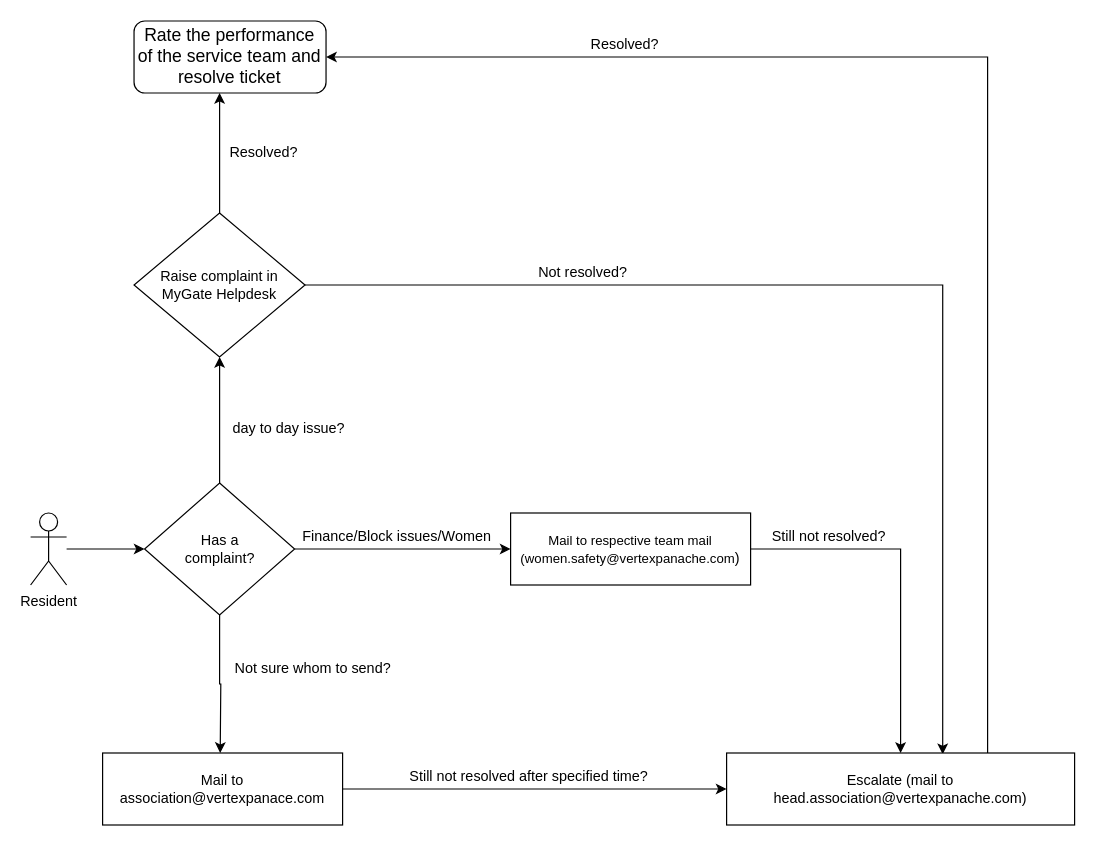
Earlier version of the draw.io diagram Untitled Diagram.drawio (menneni/algorithms). Source tidied: cells renumbered, new cells numbered last; positions are measured from the earlier drawing's top-left corner, leaving out a move shared by most shapes. Both pictures are drawn from the tidied source at 120%, with x=0, y=0 at pixel (30, 20).
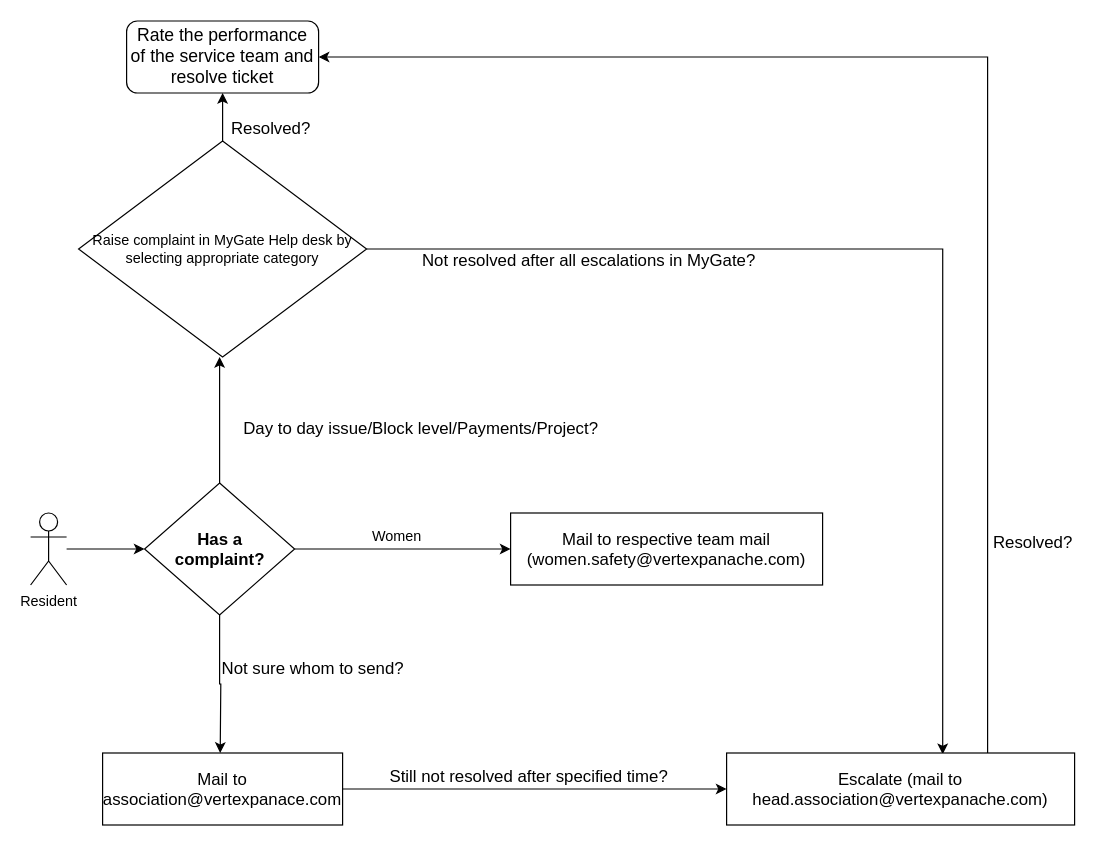
Above is the later version.

Diff of the diagram source:
```diff
@@
-    <mxCell id="8" value="Has a complaint?" style="text;html=1;strokeColor=none;fillColor=none;align=center;verticalAlign=middle;whiteSpace=wrap;rounded=0;" parent="1" vertex="1">
+    <mxCell id="8" value="&lt;font style=&quot;font-size: 14px&quot;&gt;&lt;b&gt;Has a complaint?&lt;/b&gt;&lt;/font&gt;" style="text;html=1;strokeColor=none;fillColor=none;align=center;verticalAlign=middle;whiteSpace=wrap;rounded=0;" parent="1" vertex="1">
       <mxGeometry x="127.5" y="425" width="60" height="30" as="geometry" />
     </mxCell>
-    <mxCell id="9" value="day to day issue?" style="text;html=1;align=center;verticalAlign=middle;strokeColor=none;fillColor=none;" parent="1" vertex="1">
-      <mxGeometry x="160" y="330" width="110" height="20" as="geometry" />
+    <mxCell id="9" value="&lt;font style=&quot;font-size: 14px&quot;&gt;Day to day issue/Block level/Payments/Project?&lt;/font&gt;" style="text;html=1;align=center;verticalAlign=middle;strokeColor=none;fillColor=none;" parent="1" vertex="1">
+      <mxGeometry x="170" y="330" width="310" height="20" as="geometry" />
     </mxCell>
-    <mxCell id="10" style="edgeStyle=orthogonalEdgeStyle;rounded=0;jettySize=auto;html=1;" parent="1" edge="1" source="12">
-      <mxGeometry relative="1" as="geometry">
-        <mxPoint x="157.5" y="60" as="targetPoint" />
-      </mxGeometry>
-    </mxCell>
@@
+    <mxCell id="27" style="edgeStyle=orthogonalEdgeStyle;rounded=0;jettySize=auto;html=1;exitX=0.5;exitY=0;exitDx=0;exitDy=0;entryX=0.5;entryY=1;entryDx=0;entryDy=0;fontSize=14;" parent="1" edge="1" source="12" target="14">
+      <mxGeometry relative="1" as="geometry" />
+    </mxCell>
-    <mxCell id="12" value="&lt;span&gt;Raise complaint in MyGate Helpdesk&lt;/span&gt;" style="rhombus;whiteSpace=wrap;html=1;" parent="1" vertex="1">
-      <mxGeometry x="86.2" y="160" width="142.5" height="120" as="geometry" />
+    <mxCell id="12" value="&lt;span&gt;Raise complaint in MyGate Help desk by selecting appropriate category&lt;/span&gt;" style="rhombus;whiteSpace=wrap;html=1;" parent="1" vertex="1">
+      <mxGeometry x="40" y="100" width="240" height="180" as="geometry" />
     </mxCell>
-    <mxCell id="13" value="Resolved?" style="text;html=1;align=center;verticalAlign=middle;strokeColor=none;fillColor=none;" parent="1" vertex="1">
-      <mxGeometry x="158.8" y="100" width="70" height="20" as="geometry" />
+    <mxCell id="13" value="&lt;font style=&quot;font-size: 14px&quot;&gt;Resolved?&lt;/font&gt;" style="text;html=1;align=center;verticalAlign=middle;strokeColor=none;fillColor=none;" parent="1" vertex="1">
+      <mxGeometry x="160" y="80" width="80" height="20" as="geometry" />
     </mxCell>
     <mxCell id="14" value="&lt;span id=&quot;docs-internal-guid-10c72aca-7fff-022a-ff5a-32ac9e3cebfc&quot;&gt;&lt;span style=&quot;font-size: 11pt ; font-family: &amp;#34;arial&amp;#34; ; background-color: transparent ; vertical-align: baseline&quot;&gt;Rate the performance of the service team and resolve ticket&lt;/span&gt;&lt;/span&gt;" style="rounded=1;whiteSpace=wrap;html=1;" parent="1" vertex="1">
-      <mxGeometry x="86.2" width="160" height="60" as="geometry" />
+      <mxGeometry x="80" width="160" height="60" as="geometry" />
     </mxCell>
-    <mxCell id="15" value="Finance/Block issues/Women" style="text;html=1;align=center;verticalAlign=middle;strokeColor=none;fillColor=none;" parent="1" vertex="1">
-      <mxGeometry x="220" y="420" width="170" height="20" as="geometry" />
+    <mxCell id="15" value="Women" style="text;html=1;align=center;verticalAlign=middle;strokeColor=none;fillColor=none;" parent="1" vertex="1">
+      <mxGeometry x="275" y="420" width="60" height="20" as="geometry" />
     </mxCell>
-    <mxCell id="16" style="edgeStyle=orthogonalEdgeStyle;rounded=0;jettySize=auto;html=1;exitX=1;exitY=0.5;exitDx=0;exitDy=0;entryX=0.5;entryY=0;entryDx=0;entryDy=0;" parent="1" edge="1" source="17" target="22">
-      <mxGeometry relative="1" as="geometry" />
-    </mxCell>
-    <mxCell id="17" value="&lt;font style=&quot;font-size: 11px&quot;&gt;Mail to respective team mail (&lt;span id=&quot;docs-internal-guid-dc43442a-7fff-2f08-25b0-1686dedf294e&quot;&gt;&lt;span style=&quot;font-family: &amp;#34;arial&amp;#34; ; background-color: transparent ; vertical-align: baseline&quot;&gt;women.safety@vertexpanache.com&lt;/span&gt;&lt;/span&gt;&lt;/font&gt;)" style="rounded=0;whiteSpace=wrap;html=1;" parent="1" vertex="1">
-      <mxGeometry x="400" y="410" width="200" height="60" as="geometry" />
+    <mxCell id="17" value="&lt;font style=&quot;font-size: 14px&quot;&gt;&lt;font&gt;Mail to respective team mail (&lt;span id=&quot;docs-internal-guid-dc43442a-7fff-2f08-25b0-1686dedf294e&quot;&gt;&lt;span style=&quot;font-family: &amp;#34;arial&amp;#34; ; background-color: transparent ; vertical-align: baseline&quot;&gt;women.safety@vertexpanache.com&lt;/span&gt;&lt;/span&gt;&lt;/font&gt;)&lt;/font&gt;" style="rounded=0;whiteSpace=wrap;html=1;" parent="1" vertex="1">
+      <mxGeometry x="400" y="410" width="260" height="60" as="geometry" />
     </mxCell>
-    <mxCell id="18" value="Not sure whom to send?" style="text;html=1;align=center;verticalAlign=middle;strokeColor=none;fillColor=none;" parent="1" vertex="1">
-      <mxGeometry x="160" y="530" width="150" height="20" as="geometry" />
+    <mxCell id="18" value="&lt;font style=&quot;font-size: 14px&quot;&gt;Not sure whom to send?&lt;/font&gt;" style="text;html=1;align=center;verticalAlign=middle;strokeColor=none;fillColor=none;" parent="1" vertex="1">
+      <mxGeometry x="150" y="530" width="170" height="20" as="geometry" />
     </mxCell>
@@
-    <mxCell id="20" value="Mail to association@vertexpanace.com" style="rounded=0;whiteSpace=wrap;html=1;" parent="1" vertex="1">
+    <mxCell id="20" value="&lt;font style=&quot;font-size: 14px&quot;&gt;Mail to association@vertexpanace.com&lt;/font&gt;" style="rounded=0;whiteSpace=wrap;html=1;" parent="1" vertex="1">
       <mxGeometry x="60" y="610" width="200" height="60" as="geometry" />
     </mxCell>
@@
-    <mxCell id="22" value="Escalate (mail to head.association@vertexpanache.com)" style="rounded=0;whiteSpace=wrap;html=1;" parent="1" vertex="1">
+    <mxCell id="22" value="&lt;font style=&quot;font-size: 14px&quot;&gt;Escalate (mail to head.association@vertexpanache.com)&lt;/font&gt;" style="rounded=0;whiteSpace=wrap;html=1;" parent="1" vertex="1">
       <mxGeometry x="580" y="610" width="290" height="60" as="geometry" />
     </mxCell>
-    <mxCell id="23" value="Still not resolved?" style="text;html=1;align=center;verticalAlign=middle;strokeColor=none;fillColor=none;" parent="1" vertex="1">
-      <mxGeometry x="610" y="420" width="110" height="20" as="geometry" />
-    </mxCell>
-    <mxCell id="24" value="Still not resolved after specified time?" style="text;html=1;align=center;verticalAlign=middle;strokeColor=none;fillColor=none;" parent="1" vertex="1">
-      <mxGeometry x="310" y="620" width="210" height="20" as="geometry" />
+    <mxCell id="24" value="&lt;font style=&quot;font-size: 14px&quot;&gt;Still not resolved after specified time?&lt;/font&gt;" style="text;html=1;align=center;verticalAlign=middle;strokeColor=none;fillColor=none;" parent="1" vertex="1">
+      <mxGeometry x="290" y="620" width="250" height="20" as="geometry" />
     </mxCell>
+    <mxCell id="26" value="&lt;font style=&quot;font-size: 14px&quot;&gt;Not resolved after all escalations in MyGate?&lt;/font&gt;" style="text;html=1;align=center;verticalAlign=middle;strokeColor=none;fillColor=none;" parent="1" vertex="1">
+      <mxGeometry x="320" y="190" width="290" height="20" as="geometry" />
+    </mxCell>
-    <mxCell id="25" value="Resolved?" style="text;html=1;align=center;verticalAlign=middle;strokeColor=none;fillColor=none;" parent="1" vertex="1">
-      <mxGeometry x="460" y="10" width="70" height="20" as="geometry" />
+    <mxCell id="25" value="&lt;font style=&quot;font-size: 14px&quot;&gt;Resolved?&lt;/font&gt;" style="text;html=1;align=center;verticalAlign=middle;strokeColor=none;fillColor=none;fontSize=11;" parent="1" vertex="1">
+      <mxGeometry x="795" y="425" width="80" height="20" as="geometry" />
     </mxCell>
-    <mxCell id="26" value="Not resolved?" style="text;html=1;align=center;verticalAlign=middle;strokeColor=none;fillColor=none;" parent="1" vertex="1">
-      <mxGeometry x="415" y="200" width="90" height="20" as="geometry" />
-    </mxCell>
```
